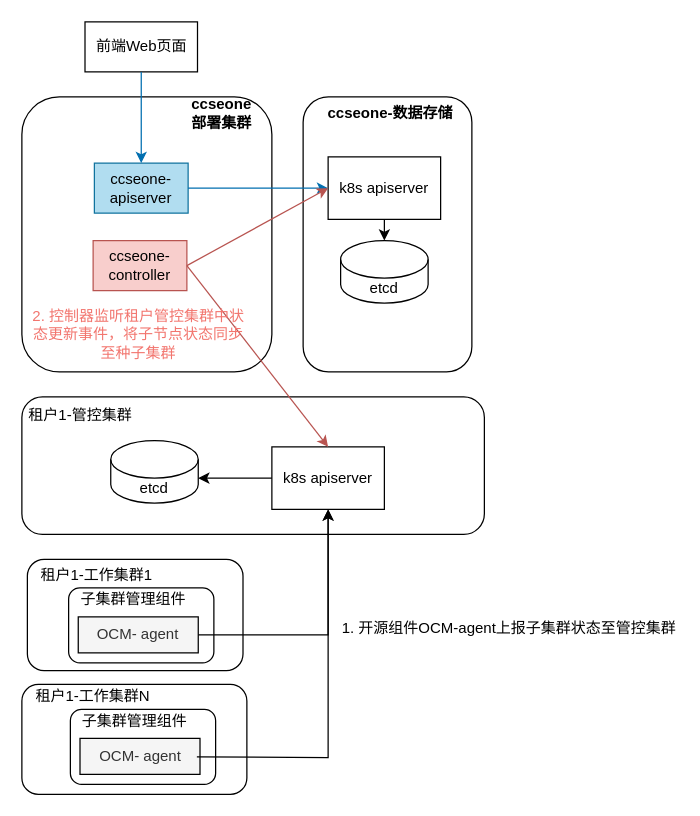
Earlier version of the draw.io diagram page "状态采集" (5 of 8) of drawio/zz.drawio (Tiny-VS-Lina/ccse). Source tidied: cells renumbered, new cells numbered last; positions are measured from the earlier drawing's top-left corner, leaving out a move shared by most shapes. Both pictures are drawn from the tidied source at 125%, with x=0, y=0 at pixel (21, 21).
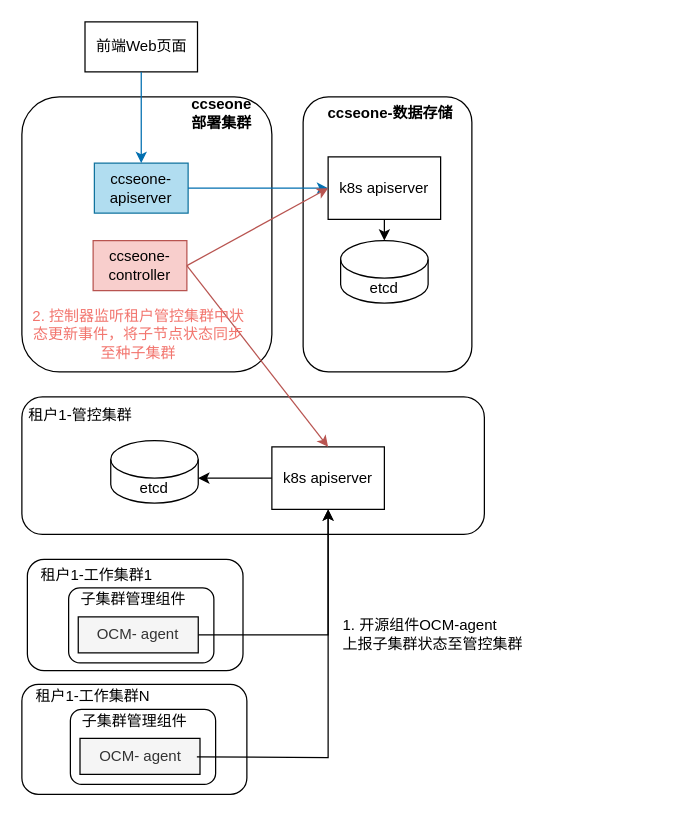
Above is the later version.

The edit, as a diff of the source:
```diff
@@
-    <mxCell id="33" value="1.&amp;nbsp;开源组件OCM-agent上报子集群状态至管控集群" style="text;html=1;strokeColor=none;fillColor=none;align=center;verticalAlign=middle;whiteSpace=wrap;rounded=0;" parent="1" vertex="1">
-      <mxGeometry x="255" y="469.8" width="270" height="30" as="geometry" />
+    <mxCell id="33" value="1.&amp;nbsp;开源组件OCM-agent&lt;br&gt;上报子集群状态至管控集群" style="text;html=1;strokeColor=none;fillColor=none;align=left;verticalAlign=middle;whiteSpace=wrap;rounded=0;" parent="1" vertex="1">
+      <mxGeometry x="255" y="475.4" width="155" height="30" as="geometry" />
     </mxCell>
```
